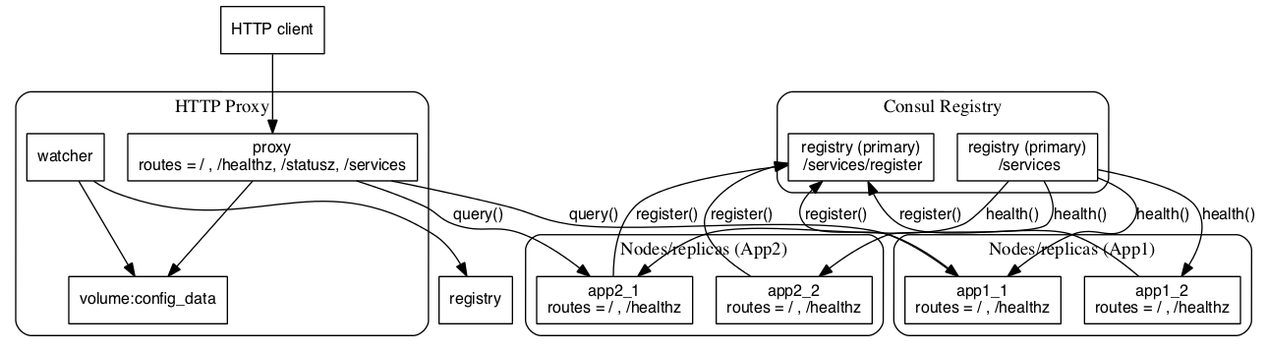
Earlier version of the Graphviz export consul/docs/system.png (mookerji/service-discovery-examples). Its source is kept beside it as consul/docs/system.dot. Source of this version:
```dot
digraph {
    style = "rounded";
    rankdir = "TB";
    node [shape = record, fontname = Helvetica, fontsize = 12];
    edge [fontname = Helvetica, fontsize = 12];

    client [label = "HTTP client"];
    client -> proxy;

    subgraph cluster_proxy {
       label = "HTTP Proxy";
       proxy [label = "proxy\nroutes = / , /healthz, /statusz, /services"];
       watcher [label = "watcher"];
       config_data [label = "volume:config_data"];
    }

    watcher -> registry;
    watcher -> config_data;
    proxy -> config_data;

    subgraph cluster_registry {
       label = "Consul Registry";
       registry_write [label = "registry (primary)\n /services/register"];
       registry_read [label = "registry (primary)\n /services"];
    }

    subgraph cluster_app1 {
       rankdir = "TB";
       label = "Nodes/replicas (App1)";
       app1_1 [label = "app1_1\nroutes = / , /healthz"];
       app1_2 [label = "app1_2\nroutes = / , /healthz"];
    }
    app1_1 -> registry_write [label = "register()"];
    app1_2 -> registry_write [label = "register()"];
    registry_read -> app1_1 [label = "health()"];
    registry_read -> app1_2 [label = "health()"];
    proxy -> app1_1 [label = "query()"];

    subgraph cluster_app2 {
       label = "Nodes/replicas (App2)";
       app2_1 [label = "app2_1\nroutes = / , /healthz"];
       app2_2 [label = "app2_2\nroutes = / , /healthz"];
    }
    app2_1 -> registry_write [label = "register()"];
    app2_2 -> registry_write [label = "register()"];
    registry_read -> app2_1 [label = "health()"];
    registry_read -> app2_2 [label = "health()"];
    proxy -> app2_1 [label = "query()"];
}
```
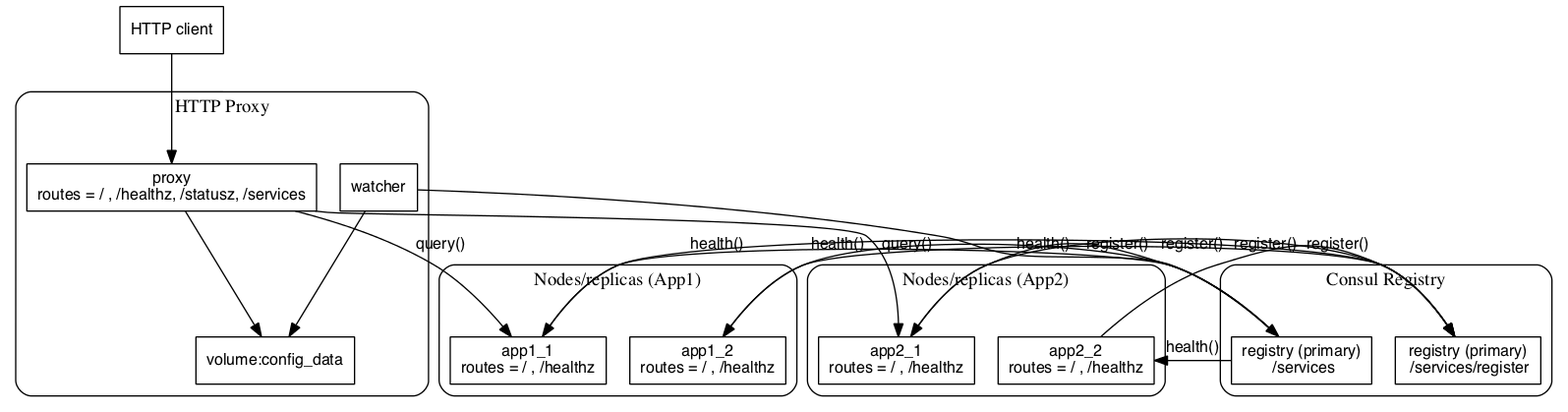
After the change.

Diff of the diagram source:
```diff
@@ -14,7 +14,7 @@
        config_data [label = "volume:config_data"];
     }
 
-    watcher -> registry;
+    watcher -> registry_read;
     watcher -> config_data;
     proxy -> config_data;
 
```
